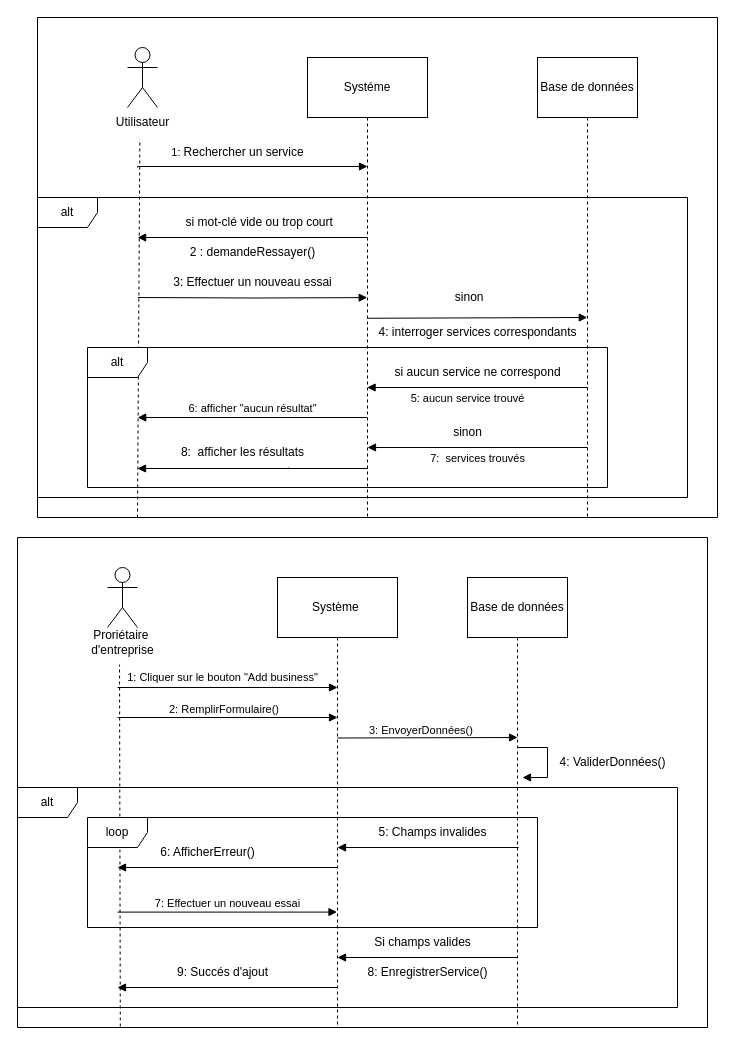
This is se.drawio from Rahma3-sys/Searchgi, a draw.io file, before an edit. Source tidied: cells renumbered, new cells numbered last; positions are measured from the earlier drawing's top-left corner, leaving out a move shared by most shapes. Both pictures are drawn from the tidied source at 100%, with x=0, y=0 at pixel (17, 17).
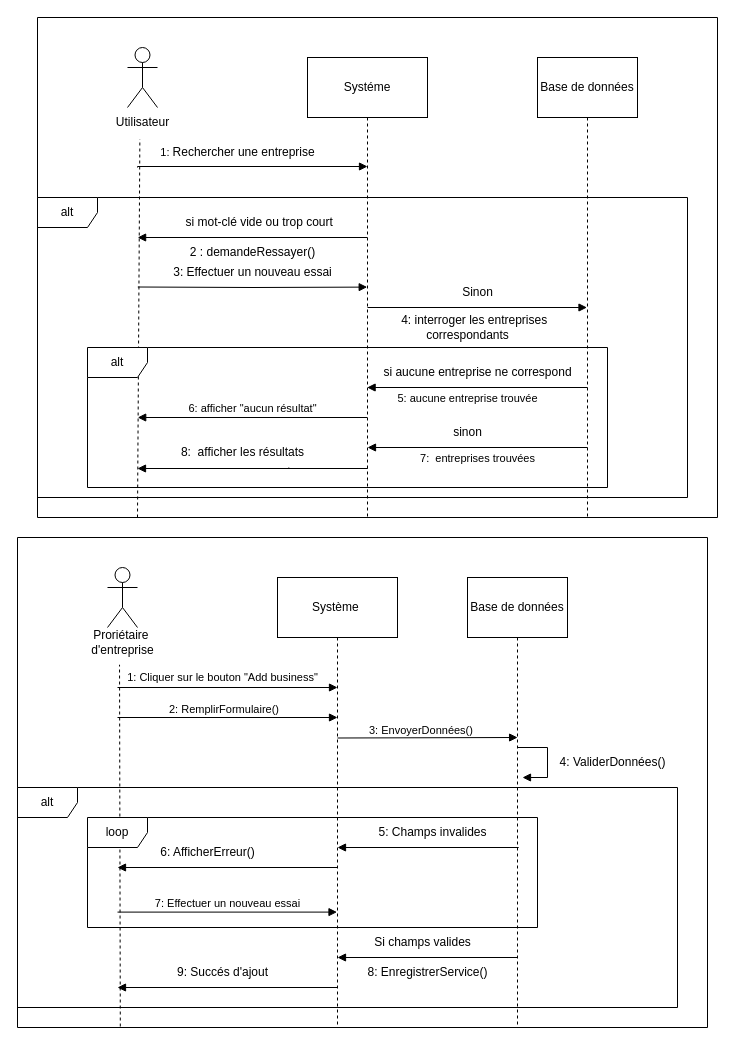
The same page after the edit.

Unchanged cells that the change refers to:
```xml
<mxCell id="28" style="swimlane;startSize=0;" parent="1" vertex="1">
  <mxGeometry x="20" width="680" height="500" as="geometry" />
</mxCell>
<mxCell id="34" value="Base de données" style="shape=umlLifeline;perimeter=lifelinePerimeter;whiteSpace=wrap;html=1;outlineConnect=0;portConstraint=eastwest;newEdgeStyle={&quot;curved&quot;:0,&quot;rounded&quot;:0};size=60;" parent="28" vertex="1">
  <mxGeometry x="500" y="40" width="100" height="460" as="geometry" />
</mxCell>
```

Diff of the diagram source:
```diff
@@
-    <mxCell id="36" value="&lt;span style=&quot;font-size: 11px; text-align: left; background-color: rgb(255, 255, 255);&quot;&gt;1:&amp;nbsp;&lt;/span&gt;&lt;span style=&quot;background-color: transparent; color: light-dark(rgb(0, 0, 0), rgb(255, 255, 255));&quot;&gt;Rechercher un service&lt;/span&gt;" style="text;html=1;align=center;verticalAlign=middle;strokeColor=none;fillColor=none;" parent="28" vertex="1">
-      <mxGeometry x="120" y="120" width="160" height="30" as="geometry" />
+    <mxCell id="36" value="&lt;span style=&quot;font-size: 11px; text-align: left; background-color: rgb(255, 255, 255);&quot;&gt;1:&amp;nbsp;&lt;/span&gt;&lt;span style=&quot;background-color: transparent; color: light-dark(rgb(0, 0, 0), rgb(255, 255, 255));&quot;&gt;Rechercher une entreprise&lt;/span&gt;" style="text;html=1;align=center;verticalAlign=middle;strokeColor=none;fillColor=none;" parent="28" vertex="1">
+      <mxGeometry x="110" y="120" width="180" height="30" as="geometry" />
     </mxCell>
     <mxCell id="37" style="endArrow=block;endFill=1;html=1;edgeStyle=orthogonalEdgeStyle;align=left;verticalAlign=top;rounded=0;entryX=0.495;entryY=0.667;entryDx=0;entryDy=0;entryPerimeter=0;" parent="28" edge="1">
       <mxGeometry x="-1" relative="1" as="geometry">
-        <mxPoint x="100.3" y="280" as="sourcePoint" />
-        <mxPoint x="329.7" y="280.1" as="targetPoint" />
+        <mxPoint x="100.3" y="269.5" as="sourcePoint" />
+        <mxPoint x="329.7" y="269.6" as="targetPoint" />
       </mxGeometry>
     </mxCell>
@@
     <mxCell id="40" value="3: Effectuer un nouveau essai" style="text;html=1;align=center;verticalAlign=middle;strokeColor=none;fillColor=none;" parent="28" vertex="1">
-      <mxGeometry x="125" y="250" width="180" height="30" as="geometry" />
+      <mxGeometry x="125" y="240" width="180" height="30" as="geometry" />
     </mxCell>
@@
-    <mxCell id="43" style="html=1;verticalAlign=bottom;endArrow=block;curved=0;rounded=0;entryX=0.999;entryY=0;entryDx=0;entryDy=0;entryPerimeter=0;exitX=-0.003;exitY=0.025;exitDx=0;exitDy=0;exitPerimeter=0;" parent="28" edge="1" source="45" target="45">
-      <mxGeometry relative="1" as="geometry" />
+    <mxCell id="43" style="html=1;verticalAlign=bottom;endArrow=block;curved=0;rounded=0;" parent="28" edge="1" target="34">
+      <mxGeometry relative="1" as="geometry">
+        <mxPoint x="330" y="290" as="sourcePoint" />
+      </mxGeometry>
     </mxCell>
-    <mxCell id="44" value="sinon&amp;nbsp;&amp;nbsp;" style="text;html=1;align=center;verticalAlign=middle;strokeColor=none;fillColor=none;" parent="28" vertex="1">
-      <mxGeometry x="405" y="265" width="60" height="30" as="geometry" />
-    </mxCell>
-    <mxCell id="45" value="4:&amp;nbsp;interroger services correspondants" style="text;html=1;align=center;verticalAlign=middle;points=[];strokeColor=none;fillColor=none;" parent="28" vertex="1">
-      <mxGeometry x="330" y="300" width="220" height="30" as="geometry" />
-    </mxCell>
-    <mxCell id="46" value="5: aucun service trouvé" style="html=1;verticalAlign=bottom;endArrow=block;curved=0;rounded=0;" parent="28" edge="1">
+    <mxCell id="46" value="5: aucune entreprise trouvée" style="html=1;verticalAlign=bottom;endArrow=block;curved=0;rounded=0;" parent="28" edge="1">
       <mxGeometry x="0.09" y="20" relative="1" as="geometry">
         <mxPoint x="550" y="370" as="sourcePoint" />
         <mxPoint x="329.6" y="370" as="targetPoint" />
       </mxGeometry>
     </mxCell>
@@
-    <mxCell id="48" value="7:&amp;nbsp; services trouvés" style="html=1;verticalAlign=bottom;endArrow=block;curved=0;rounded=0;" parent="28" edge="1">
+    <mxCell id="48" value="7:&amp;nbsp; entreprises trouvées" style="html=1;verticalAlign=bottom;endArrow=block;curved=0;rounded=0;" parent="28" edge="1">
       <mxGeometry y="20" relative="1" as="geometry">
         <mxPoint x="550" y="430" as="sourcePoint" />
         <mxPoint x="330" y="430" as="targetPoint" />
       </mxGeometry>
     </mxCell>
@@
-    <mxCell id="51" value="&amp;nbsp;si aucun service ne correspond&amp;nbsp;" style="text;html=1;align=center;verticalAlign=middle;strokeColor=none;fillColor=none;" parent="28" vertex="1">
-      <mxGeometry x="340" y="340" width="200" height="30" as="geometry" />
+    <mxCell id="51" value="&amp;nbsp;si aucune entreprise ne correspond&amp;nbsp;" style="text;html=1;align=center;verticalAlign=middle;strokeColor=none;fillColor=none;" parent="28" vertex="1">
+      <mxGeometry x="330" y="340" width="220" height="30" as="geometry" />
     </mxCell>
@@
+    <mxCell id="53" value="&lt;div&gt;Sinon&lt;/div&gt;" style="text;html=1;align=center;verticalAlign=middle;strokeColor=none;fillColor=none;" parent="28" vertex="1">
+      <mxGeometry x="415" y="260" width="50" height="30" as="geometry" />
+    </mxCell>
+    <mxCell id="54" value="&amp;nbsp; &amp;nbsp; &amp;nbsp;4:&amp;nbsp;interroger les entreprises&amp;nbsp;&lt;div&gt;correspondants&lt;/div&gt;" style="text;html=1;align=center;verticalAlign=middle;strokeColor=none;fillColor=none;" parent="28" vertex="1">
+      <mxGeometry x="335" y="290" width="190" height="40" as="geometry" />
+    </mxCell>
```
